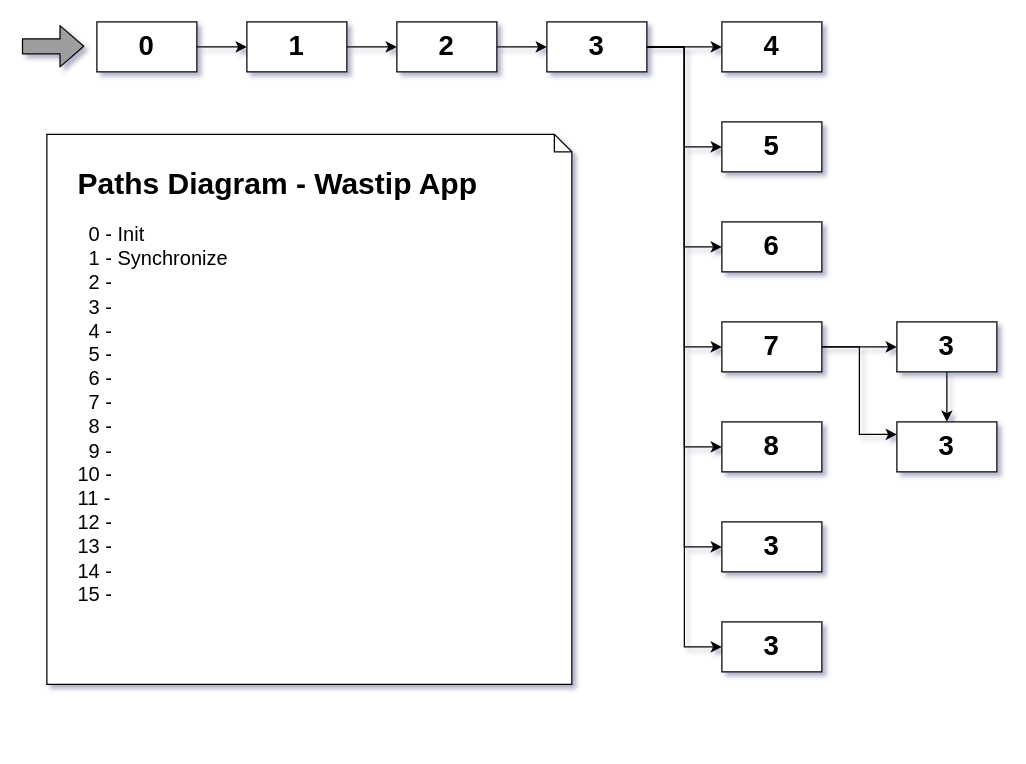
The draw.io diagram Wastip-App_core&paths.drawio in drubio-moba/diagramas, before the edit. Source tidied: cells renumbered, new cells numbered last; positions are measured from the earlier drawing's top-left corner, leaving out a move shared by most shapes. Both pictures are drawn from the tidied source at 125%, with x=0, y=0 at pixel (21, 21).
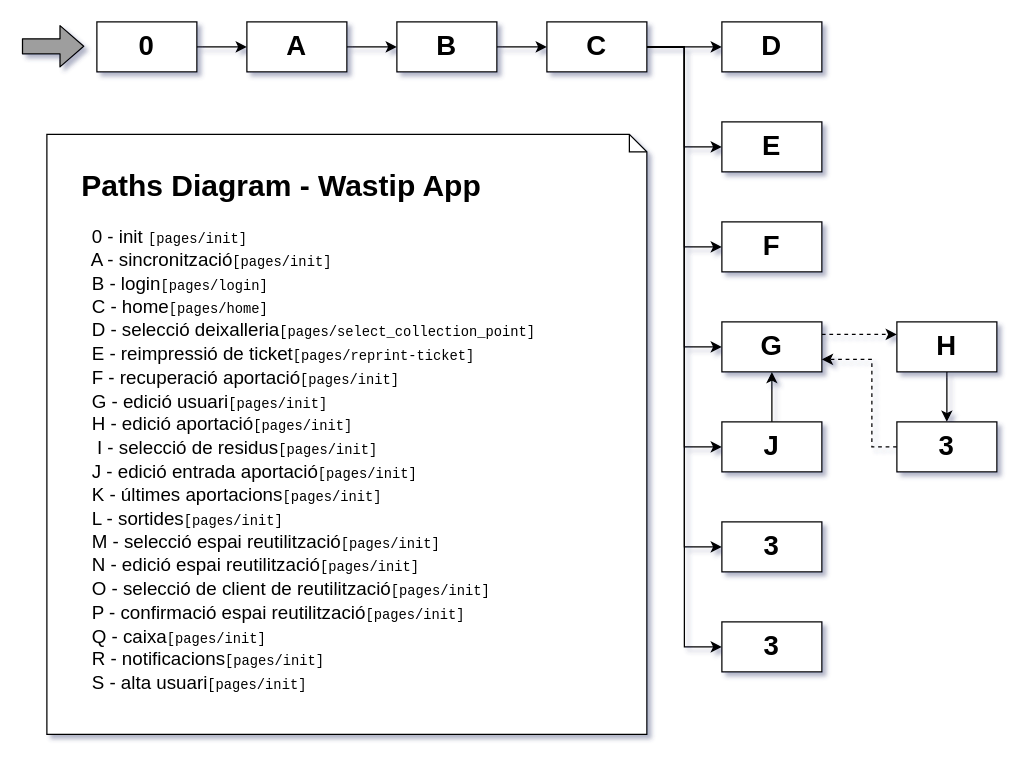
Above is the later version.

Unchanged cells that the change refers to:
```xml
<mxCell id="29" value="&lt;b&gt;&lt;font style=&quot;font-size: 22px&quot;&gt;3&lt;/font&gt;&lt;/b&gt;" style="rounded=0;whiteSpace=wrap;html=1;" parent="1" vertex="1">
  <mxGeometry x="700" y="320" width="80" height="40" as="geometry" />
</mxCell>
```

Diff of the diagram source:
```diff
@@
-    <mxCell id="5" value="&lt;div&gt;&lt;b&gt;&lt;font style=&quot;font-size: 22px&quot;&gt;1&lt;/font&gt;&lt;/b&gt;&lt;br&gt;&lt;/div&gt;" style="rounded=0;whiteSpace=wrap;html=1;" parent="1" vertex="1">
+    <mxCell id="5" value="&lt;b&gt;&lt;font style=&quot;font-size: 22px&quot;&gt;A&lt;/font&gt;&lt;/b&gt;" style="rounded=0;whiteSpace=wrap;html=1;" parent="1" vertex="1">
       <mxGeometry x="180" width="80" height="40" as="geometry" />
     </mxCell>
@@
-    <mxCell id="7" value="&lt;div&gt;&lt;b&gt;&lt;font style=&quot;font-size: 22px&quot;&gt;2&lt;/font&gt;&lt;/b&gt;&lt;/div&gt;" style="rounded=0;whiteSpace=wrap;html=1;" parent="1" vertex="1">
+    <mxCell id="7" value="&lt;div&gt;&lt;b&gt;&lt;font style=&quot;font-size: 22px&quot;&gt;B&lt;/font&gt;&lt;/b&gt;&lt;/div&gt;" style="rounded=0;whiteSpace=wrap;html=1;" parent="1" vertex="1">
       <mxGeometry x="300" width="80" height="40" as="geometry" />
     </mxCell>
@@
-    <mxCell id="15" value="&lt;b&gt;&lt;font style=&quot;font-size: 22px&quot;&gt;3&lt;/font&gt;&lt;/b&gt;" style="rounded=0;whiteSpace=wrap;html=1;" parent="1" vertex="1">
+    <mxCell id="15" value="&lt;b&gt;&lt;font style=&quot;font-size: 22px&quot;&gt;C&lt;/font&gt;&lt;/b&gt;" style="rounded=0;whiteSpace=wrap;html=1;" parent="1" vertex="1">
       <mxGeometry x="420" width="80" height="40" as="geometry" />
     </mxCell>
-    <mxCell id="16" value="&lt;b&gt;&lt;font style=&quot;font-size: 22px&quot;&gt;4&lt;/font&gt;&lt;/b&gt;" style="rounded=0;whiteSpace=wrap;html=1;" parent="1" vertex="1">
+    <mxCell id="16" value="&lt;b&gt;&lt;font style=&quot;font-size: 22px&quot;&gt;D&lt;/font&gt;&lt;/b&gt;" style="rounded=0;whiteSpace=wrap;html=1;" parent="1" vertex="1">
       <mxGeometry x="560" width="80" height="40" as="geometry" />
     </mxCell>
-    <mxCell id="17" value="&lt;div&gt;&lt;b&gt;&lt;font style=&quot;font-size: 22px&quot;&gt;5&lt;/font&gt;&lt;/b&gt;&lt;/div&gt;" style="rounded=0;whiteSpace=wrap;html=1;" parent="1" vertex="1">
+    <mxCell id="17" value="&lt;div&gt;&lt;b&gt;&lt;font style=&quot;font-size: 22px&quot;&gt;E&lt;/font&gt;&lt;/b&gt;&lt;/div&gt;" style="rounded=0;whiteSpace=wrap;html=1;" parent="1" vertex="1">
       <mxGeometry x="560" y="80" width="80" height="40" as="geometry" />
     </mxCell>
-    <mxCell id="18" value="&lt;b&gt;&lt;font style=&quot;font-size: 22px&quot;&gt;6&lt;/font&gt;&lt;/b&gt;" style="rounded=0;whiteSpace=wrap;html=1;" parent="1" vertex="1">
+    <mxCell id="18" value="&lt;b&gt;&lt;font style=&quot;font-size: 22px&quot;&gt;F&lt;/font&gt;&lt;/b&gt;" style="rounded=0;whiteSpace=wrap;html=1;" parent="1" vertex="1">
       <mxGeometry x="560" y="160" width="80" height="40" as="geometry" />
     </mxCell>
-    <mxCell id="19" style="edgeStyle=orthogonalEdgeStyle;rounded=0;jettySize=auto;html=1;labelBackgroundColor=#9E9E9E;fillColor=#9E9E9E;" parent="1" edge="1" source="21" target="28">
+    <mxCell id="19" style="edgeStyle=orthogonalEdgeStyle;rounded=0;jettySize=auto;html=1;labelBackgroundColor=#9E9E9E;fillColor=#9E9E9E;exitX=1;exitY=0.25;exitDx=0;exitDy=0;entryX=0;entryY=0.25;entryDx=0;entryDy=0;dashed=1;" parent="1" edge="1" source="21" target="28">
       <mxGeometry relative="1" as="geometry" />
     </mxCell>
-    <mxCell id="20" style="edgeStyle=orthogonalEdgeStyle;rounded=0;jettySize=auto;html=1;entryX=0;entryY=0.25;entryDx=0;entryDy=0;labelBackgroundColor=#9E9E9E;fillColor=#9E9E9E;" parent="1" edge="1" source="21" target="29">
-      <mxGeometry relative="1" as="geometry" />
-    </mxCell>
-    <mxCell id="21" value="&lt;b&gt;&lt;font style=&quot;font-size: 22px&quot;&gt;7&lt;/font&gt;&lt;/b&gt;" style="rounded=0;whiteSpace=wrap;html=1;" parent="1" vertex="1">
+    <mxCell id="21" value="&lt;b&gt;&lt;font style=&quot;font-size: 22px&quot;&gt;G&lt;/font&gt;&lt;/b&gt;" style="rounded=0;whiteSpace=wrap;html=1;" parent="1" vertex="1">
       <mxGeometry x="560" y="240" width="80" height="40" as="geometry" />
     </mxCell>
+    <mxCell id="32" style="edgeStyle=orthogonalEdgeStyle;rounded=0;jettySize=auto;html=1;labelBackgroundColor=#9E9E9E;fillColor=#9E9E9E;" parent="1" edge="1" source="22" target="21">
+      <mxGeometry relative="1" as="geometry" />
+    </mxCell>
-    <mxCell id="22" value="&lt;b&gt;&lt;font style=&quot;font-size: 22px&quot;&gt;8&lt;/font&gt;&lt;/b&gt;" style="rounded=0;whiteSpace=wrap;html=1;" parent="1" vertex="1">
+    <mxCell id="22" value="&lt;b&gt;&lt;font style=&quot;font-size: 22px&quot;&gt;J&lt;/font&gt;&lt;/b&gt;" style="rounded=0;whiteSpace=wrap;html=1;" parent="1" vertex="1">
       <mxGeometry x="560" y="320" width="80" height="40" as="geometry" />
     </mxCell>
@@
-    <mxCell id="28" value="&lt;b&gt;&lt;font style=&quot;font-size: 22px&quot;&gt;3&lt;/font&gt;&lt;/b&gt;" style="rounded=0;whiteSpace=wrap;html=1;" parent="1" vertex="1">
+    <mxCell id="28" value="&lt;b&gt;&lt;font style=&quot;font-size: 22px&quot;&gt;H&lt;/font&gt;&lt;/b&gt;" style="rounded=0;whiteSpace=wrap;html=1;" parent="1" vertex="1">
       <mxGeometry x="700" y="240" width="80" height="40" as="geometry" />
     </mxCell>
+    <mxCell id="33" style="edgeStyle=orthogonalEdgeStyle;rounded=0;jettySize=auto;html=1;entryX=1;entryY=0.75;entryDx=0;entryDy=0;labelBackgroundColor=#9E9E9E;fillColor=#9E9E9E;dashed=1;" parent="1" edge="1" source="29" target="21">
+      <mxGeometry relative="1" as="geometry">
+        <Array as="points">
+          <mxPoint x="680" y="340" />
+          <mxPoint x="680" y="270" />
+        </Array>
+      </mxGeometry>
+    </mxCell>
@@
     <mxCell id="30" style="shape=note;whiteSpace=wrap;html=1;size=14;verticalAlign=top;align=left;spacingTop=-6;rounded=0;shadow=0;glass=1;sketch=0;" parent="1" vertex="1">
-      <mxGeometry x="20" y="90" width="420" height="440" as="geometry" />
+      <mxGeometry x="20" y="90" width="480" height="480" as="geometry" />
     </mxCell>
-    <mxCell id="31" value="&lt;h1&gt;Paths Diagram - Wastip App&lt;br&gt;&lt;/h1&gt;&lt;p&gt;&lt;font style=&quot;font-size: 16px&quot;&gt;&amp;nbsp; 0 - Init&lt;br&gt;&amp;nbsp; 1 - Synchronize&lt;br&gt;&amp;nbsp; 2 - &lt;br&gt;&amp;nbsp; 3 -&lt;br&gt;&amp;nbsp; 4 -&lt;br&gt;&amp;nbsp; 5 - &lt;br&gt;&amp;nbsp; 6 -&lt;br&gt;&amp;nbsp; 7 -&lt;br&gt;&amp;nbsp; 8 -&lt;br&gt;&amp;nbsp; 9 -&lt;br&gt;10 - &lt;br&gt;11 - &lt;br&gt;12 -&lt;br&gt;13 - &lt;br&gt;14 -&lt;br&gt;15 - &lt;br&gt;&lt;/font&gt;&lt;/p&gt;" style="text;html=1;strokeColor=none;fillColor=none;spacing=5;spacingTop=-20;whiteSpace=wrap;overflow=hidden;rounded=0;shadow=0;sketch=0;glass=1;" parent="30" vertex="1">
-      <mxGeometry x="20" y="20" width="360" height="420" as="geometry" />
+    <mxCell id="31" value="&lt;h1&gt;Paths Diagram - Wastip App&lt;br&gt;&lt;/h1&gt;&lt;p style=&quot;font-size: 15px&quot;&gt;&lt;font style=&quot;font-size: 15px&quot;&gt;&amp;nbsp; 0 - init &lt;font style=&quot;font-size: 14px&quot; face=&quot;Courier New&quot;&gt;&lt;font style=&quot;font-size: 11px&quot;&gt;[pages/init]&lt;/font&gt;&lt;/font&gt;&lt;br&gt;&lt;/font&gt;&lt;font style=&quot;font-size: 15px&quot;&gt;&amp;nbsp; A - sincronització&lt;/font&gt;&lt;font style=&quot;font-size: 15px&quot;&gt;&lt;font style=&quot;font-size: 15px&quot;&gt;&lt;font style=&quot;font-size: 14px&quot; face=&quot;Courier New&quot;&gt;&lt;font style=&quot;font-size: 11px&quot;&gt;[pages/init]&lt;/font&gt;&lt;/font&gt;&lt;/font&gt;&amp;nbsp; &lt;br&gt;&lt;/font&gt;&lt;font style=&quot;font-size: 15px&quot;&gt;&amp;nbsp; B - login&lt;/font&gt;&lt;font style=&quot;font-size: 15px&quot;&gt;&lt;font style=&quot;font-size: 15px&quot;&gt;&lt;font style=&quot;font-size: 14px&quot; face=&quot;Courier New&quot;&gt;&lt;font style=&quot;font-size: 11px&quot;&gt;[pages/login]&lt;/font&gt;&lt;/font&gt;&lt;/font&gt;&amp;nbsp; &lt;br&gt;&lt;/font&gt;&lt;font style=&quot;font-size: 15px&quot;&gt;&amp;nbsp; C - home&lt;/font&gt;&lt;font style=&quot;font-size: 15px&quot;&gt;&lt;font style=&quot;font-size: 15px&quot;&gt;&lt;font style=&quot;font-size: 14px&quot; face=&quot;Courier New&quot;&gt;&lt;font style=&quot;font-size: 11px&quot;&gt;[pages/home]&lt;/font&gt;&lt;/font&gt;&lt;/font&gt;&amp;nbsp; &lt;br&gt;&lt;/font&gt;&lt;font style=&quot;font-size: 15px&quot;&gt;&amp;nbsp; D - selecció deixalleria&lt;/font&gt;&lt;font style=&quot;font-size: 15px&quot;&gt;&lt;font style=&quot;font-size: 15px&quot;&gt;&lt;font style=&quot;font-size: 14px&quot; face=&quot;Courier New&quot;&gt;&lt;font style=&quot;font-size: 11px&quot;&gt;[pages/select_collection_point]&lt;/font&gt;&lt;/font&gt;&lt;/font&gt;&amp;nbsp; &lt;br&gt;&lt;/font&gt;&lt;font style=&quot;font-size: 15px&quot;&gt;&amp;nbsp; E - reimpressió de ticket&lt;/font&gt;&lt;font style=&quot;font-size: 15px&quot;&gt;&lt;font style=&quot;font-size: 15px&quot;&gt;&lt;font style=&quot;font-size: 14px&quot; face=&quot;Courier New&quot;&gt;&lt;font style=&quot;font-size: 11px&quot;&gt;[pages/reprint-ticket]&lt;/font&gt;&lt;/font&gt;&lt;/font&gt;&amp;nbsp; &lt;br&gt;&lt;/font&gt;&lt;font style=&quot;font-size: 15px&quot;&gt;&amp;nbsp; F - recuperació aportació&lt;/font&gt;&lt;font style=&quot;font-size: 15px&quot;&gt;&lt;font style=&quot;font-size: 15px&quot;&gt;&lt;font style=&quot;font-size: 14px&quot; face=&quot;Courier New&quot;&gt;&lt;font style=&quot;font-size: 11px&quot;&gt;[pages/init]&lt;/font&gt;&lt;/font&gt;&lt;/font&gt;&amp;nbsp; &lt;br&gt;&lt;/font&gt;&lt;font style=&quot;font-size: 15px&quot;&gt;&amp;nbsp; G - edició usuari&lt;/font&gt;&lt;font style=&quot;font-size: 15px&quot;&gt;&lt;font style=&quot;font-size: 15px&quot;&gt;&lt;font style=&quot;font-size: 14px&quot; face=&quot;Courier New&quot;&gt;&lt;font style=&quot;font-size: 11px&quot;&gt;[pages/init]&lt;/font&gt;&lt;/font&gt;&lt;/font&gt;&amp;nbsp; &lt;br&gt;&lt;/font&gt;&lt;font style=&quot;font-size: 15px&quot;&gt;&amp;nbsp; H - edició aportació&lt;/font&gt;&lt;font style=&quot;font-size: 15px&quot;&gt;&lt;font style=&quot;font-size: 15px&quot;&gt;&lt;font style=&quot;font-size: 14px&quot; face=&quot;Courier New&quot;&gt;&lt;font style=&quot;font-size: 11px&quot;&gt;[pages/init]&lt;/font&gt;&lt;/font&gt;&lt;/font&gt;&amp;nbsp; &lt;br&gt;&lt;/font&gt;&lt;font style=&quot;font-size: 15px&quot;&gt;&amp;nbsp;&amp;nbsp; I - selecció de residus&lt;/font&gt;&lt;font style=&quot;font-size: 15px&quot;&gt;&lt;font style=&quot;font-size: 15px&quot;&gt;&lt;font style=&quot;font-size: 14px&quot; face=&quot;Courier New&quot;&gt;&lt;font style=&quot;font-size: 11px&quot;&gt;[pages/init]&lt;/font&gt;&lt;/font&gt;&lt;/font&gt;&amp;nbsp; &lt;br&gt;&lt;/font&gt;&lt;font style=&quot;font-size: 15px&quot;&gt;&amp;nbsp; J - edició entrada aportació&lt;/font&gt;&lt;font style=&quot;font-size: 15px&quot;&gt;&lt;font style=&quot;font-size: 15px&quot;&gt;&lt;font style=&quot;font-size: 14px&quot; face=&quot;Courier New&quot;&gt;&lt;font style=&quot;font-size: 11px&quot;&gt;[pages/init]&lt;/font&gt;&lt;/font&gt;&lt;/font&gt;&amp;nbsp; &lt;br&gt;&lt;/font&gt;&lt;font style=&quot;font-size: 15px&quot;&gt;&amp;nbsp; K - últimes aportacions&lt;/font&gt;&lt;font style=&quot;font-size: 15px&quot;&gt;&lt;font style=&quot;font-size: 15px&quot;&gt;&lt;font style=&quot;font-size: 14px&quot; face=&quot;Courier New&quot;&gt;&lt;font style=&quot;font-size: 11px&quot;&gt;[pages/init]&lt;/font&gt;&lt;/font&gt;&lt;/font&gt;&amp;nbsp; &lt;br&gt;&lt;/font&gt;&lt;font style=&quot;font-size: 15px&quot;&gt;&amp;nbsp; L - sortides&lt;/font&gt;&lt;font style=&quot;font-size: 15px&quot;&gt;&lt;font style=&quot;font-size: 15px&quot;&gt;&lt;font style=&quot;font-size: 14px&quot; face=&quot;Courier New&quot;&gt;&lt;font style=&quot;font-size: 11px&quot;&gt;[pages/init]&lt;/font&gt;&lt;/font&gt;&lt;/font&gt;&amp;nbsp; &lt;br&gt;&lt;/font&gt;&lt;font style=&quot;font-size: 15px&quot;&gt;&amp;nbsp; M - selecció espai reutilització&lt;/font&gt;&lt;font style=&quot;font-size: 15px&quot;&gt;&lt;font style=&quot;font-size: 15px&quot;&gt;&lt;font style=&quot;font-size: 14px&quot; face=&quot;Courier New&quot;&gt;&lt;font style=&quot;font-size: 11px&quot;&gt;[pages/init]&lt;/font&gt;&lt;/font&gt;&lt;/font&gt;&amp;nbsp; &lt;br&gt;&lt;/font&gt;&lt;font style=&quot;font-size: 15px&quot;&gt;&amp;nbsp; N - edició espai reutilització&lt;/font&gt;&lt;font style=&quot;font-size: 15px&quot;&gt;&lt;font style=&quot;font-size: 15px&quot;&gt;&lt;font style=&quot;font-size: 14px&quot; face=&quot;Courier New&quot;&gt;&lt;font style=&quot;font-size: 11px&quot;&gt;[pages/init]&lt;/font&gt;&lt;/font&gt;&lt;/font&gt;&amp;nbsp; &lt;br&gt;&lt;/font&gt;&lt;font style=&quot;font-size: 15px&quot;&gt;&amp;nbsp; O - selecció de client de reutilització&lt;/font&gt;&lt;font style=&quot;font-size: 15px&quot;&gt;&lt;font style=&quot;font-size: 15px&quot;&gt;&lt;font style=&quot;font-size: 14px&quot; face=&quot;Courier New&quot;&gt;&lt;font style=&quot;font-size: 11px&quot;&gt;[pages/init]&lt;/font&gt;&lt;/font&gt;&lt;/font&gt;&amp;nbsp; &lt;br&gt;&lt;/font&gt;&lt;font style=&quot;font-size: 15px&quot;&gt;&lt;font style=&quot;font-size: 15px&quot;&gt;&amp;nbsp; P - confirmació espai reutilització&lt;/font&gt;&lt;font style=&quot;font-size: 15px&quot;&gt;&lt;font style=&quot;font-size: 15px&quot;&gt;&lt;font style=&quot;font-size: 14px&quot; face=&quot;Courier New&quot;&gt;&lt;font style=&quot;font-size: 11px&quot;&gt;[pages/init]&lt;/font&gt;&lt;/font&gt;&lt;/font&gt;&amp;nbsp; &lt;br&gt;&lt;/font&gt;&amp;nbsp; Q - caixa&lt;/font&gt;&lt;font style=&quot;font-size: 15px&quot;&gt;&lt;font style=&quot;font-size: 15px&quot;&gt;&lt;font style=&quot;font-size: 14px&quot; face=&quot;Courier New&quot;&gt;&lt;font style=&quot;font-size: 11px&quot;&gt;[pages/init]&lt;/font&gt;&lt;/font&gt;&lt;/font&gt;&amp;nbsp; &lt;br&gt;&lt;/font&gt;&lt;font style=&quot;font-size: 15px&quot;&gt;&amp;nbsp; R - notificacions&lt;/font&gt;&lt;font style=&quot;font-size: 15px&quot;&gt;&lt;font style=&quot;font-size: 15px&quot;&gt;&lt;font style=&quot;font-size: 14px&quot; face=&quot;Courier New&quot;&gt;&lt;font style=&quot;font-size: 11px&quot;&gt;[pages/init]&lt;/font&gt;&lt;/font&gt;&lt;/font&gt;&amp;nbsp; &lt;br&gt;&lt;/font&gt;&lt;font style=&quot;font-size: 15px&quot;&gt;&amp;nbsp; S - alta usuari&lt;/font&gt;&lt;font style=&quot;font-size: 15px&quot;&gt;&lt;font style=&quot;font-size: 15px&quot;&gt;&lt;font style=&quot;font-size: 14px&quot; face=&quot;Courier New&quot;&gt;&lt;font style=&quot;font-size: 11px&quot;&gt;[pages/init]&lt;/font&gt;&lt;/font&gt;&lt;/font&gt;&amp;nbsp; &lt;br&gt;&lt;/font&gt;&lt;font style=&quot;font-size: 15px&quot;&gt;&amp;nbsp; &lt;/font&gt;&lt;/p&gt;" style="text;html=1;strokeColor=none;fillColor=none;spacing=5;spacingTop=-20;whiteSpace=wrap;overflow=hidden;rounded=0;shadow=0;sketch=0;glass=1;" parent="30" vertex="1">
+      <mxGeometry x="22.9" y="21.8" width="437.1" height="458.2" as="geometry" />
     </mxCell>
```
